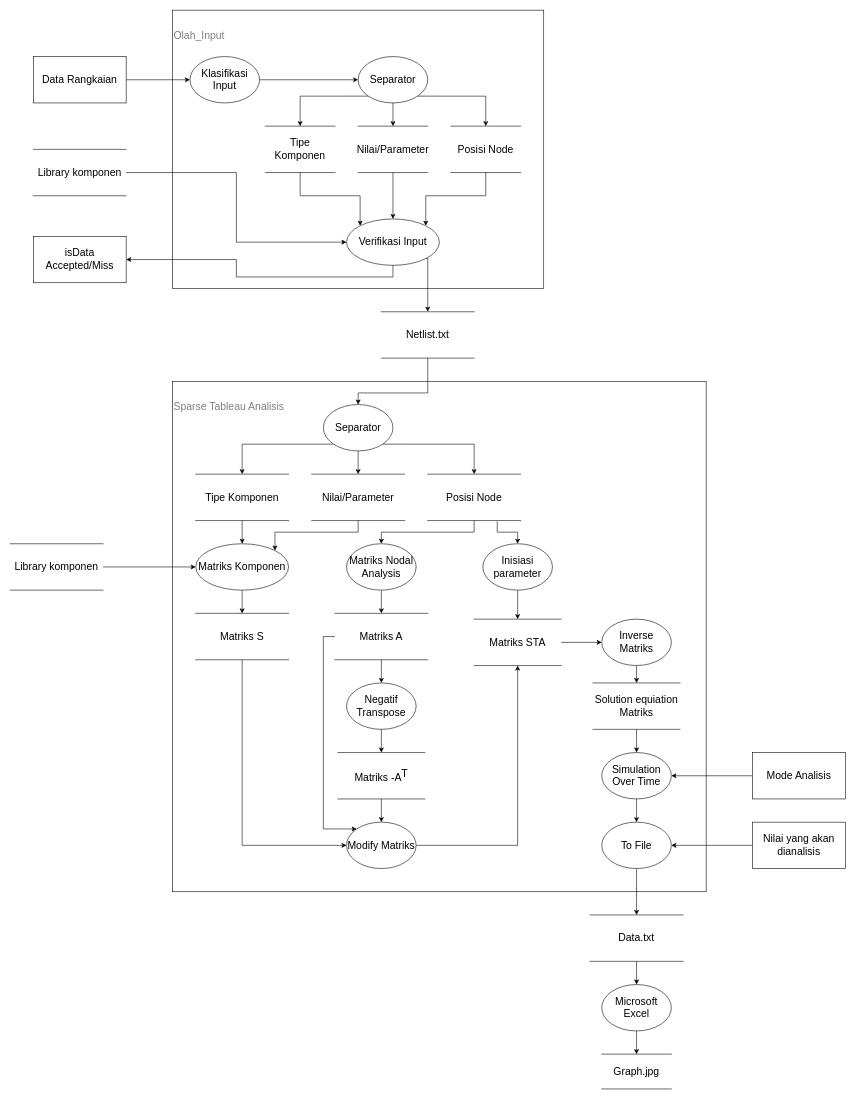
Before: page "Level_1" (2 of 3) of Data Flow Diagram.drawio in Lucranix28/TugasBesarPMC-LTSpice, a draw.io diagram. Source tidied: cells renumbered, new cells numbered last; positions are measured from the earlier drawing's top-left corner, leaving out a move shared by most shapes. Both pictures are drawn from the tidied source at 58%, with x=0, y=0 at pixel (10, 10).
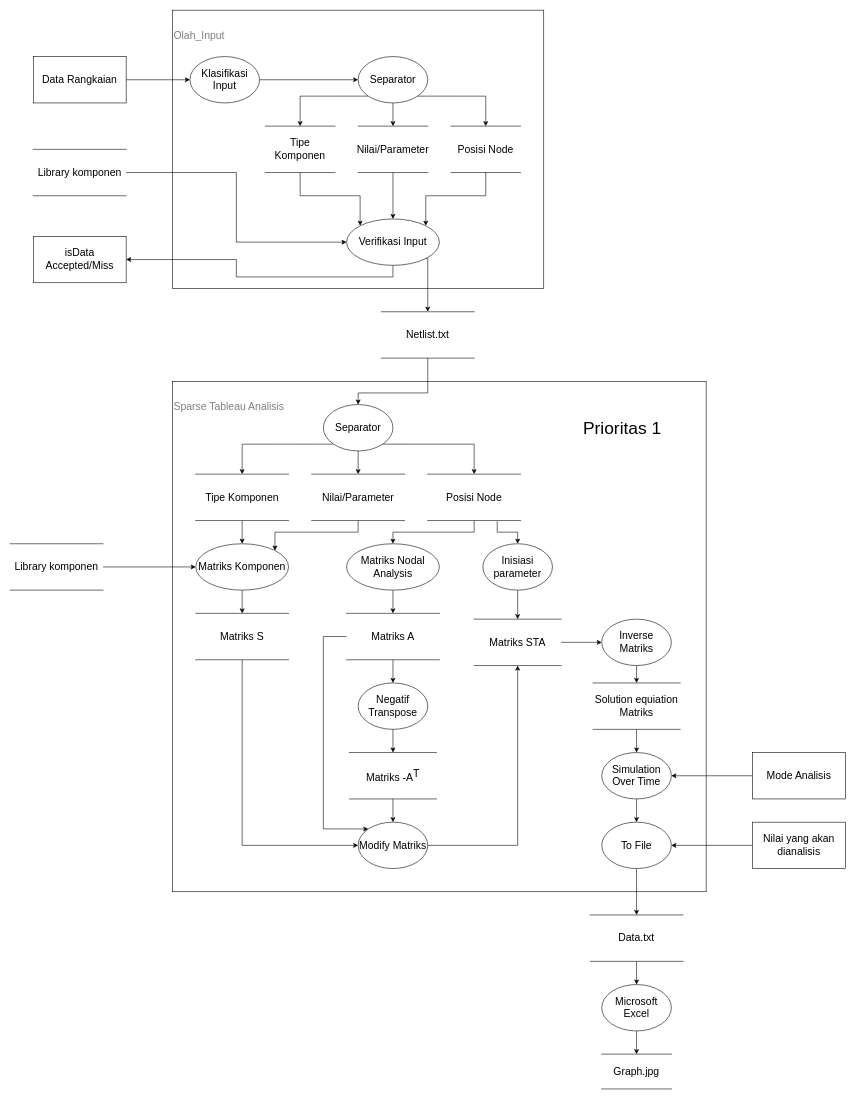
The same page after the edit.

The edit, as a diff of the source:
```diff
@@
     <mxCell id="55" value="Matriks Nodal Analysis" style="ellipse;whiteSpace=wrap;html=1;fontSize=18;" parent="1" vertex="1">
-      <mxGeometry x="580" y="920" width="120" height="80" as="geometry" />
+      <mxGeometry x="580" y="920" width="160" height="80" as="geometry" />
     </mxCell>
@@
     <mxCell id="58" value="Matriks A" style="shape=partialRectangle;whiteSpace=wrap;html=1;left=0;right=0;fillColor=none;fontSize=18;" parent="1" vertex="1">
-      <mxGeometry x="560" y="1040" width="160" height="80" as="geometry" />
+      <mxGeometry x="580" y="1040" width="160" height="80" as="geometry" />
     </mxCell>
@@
     <mxCell id="63" value="Negatif Transpose" style="ellipse;whiteSpace=wrap;html=1;fontSize=18;" parent="1" vertex="1">
-      <mxGeometry x="580" y="1160" width="120" height="80" as="geometry" />
+      <mxGeometry x="600" y="1160" width="120" height="80" as="geometry" />
     </mxCell>
@@
     <mxCell id="66" value="Matriks -A&lt;sup style=&quot;font-size: 18px;&quot;&gt;T&lt;/sup&gt;" style="shape=partialRectangle;whiteSpace=wrap;html=1;left=0;right=0;fillColor=none;fontSize=18;" parent="1" vertex="1">
-      <mxGeometry x="565" y="1280" width="150" height="80" as="geometry" />
+      <mxGeometry x="585" y="1280" width="150" height="80" as="geometry" />
     </mxCell>
@@
     <mxCell id="68" value="Modify Matriks" style="ellipse;whiteSpace=wrap;html=1;fontSize=18;" parent="1" vertex="1">
-      <mxGeometry x="580" y="1400" width="120" height="80" as="geometry" />
+      <mxGeometry x="600" y="1400" width="120" height="80" as="geometry" />
     </mxCell>
@@
+    <mxCell id="76" value="&lt;font style=&quot;font-size: 30px&quot;&gt;Prioritas 1&lt;/font&gt;" style="text;html=1;align=center;verticalAlign=middle;" parent="1" vertex="1">
+      <mxGeometry x="980" y="705" width="150" height="30" as="geometry" />
+    </mxCell>
```
